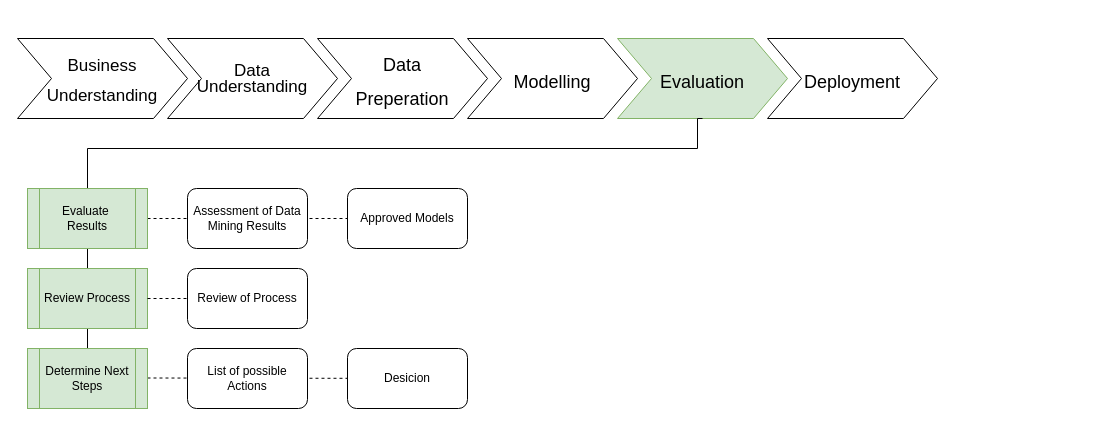
dominik-pichler/CRISPy-Framework keeps this draw.io diagram as page "Phase 4 Evaluation" (5 of 7) of drawings/CRISP_ML(Q)_Phases.drawio. Above is the earlier version. Source tidied: cells renumbered, new cells numbered last; positions are measured from the earlier drawing's top-left corner, leaving out a move shared by most shapes. Both pictures are drawn from the tidied source at 100%, with x=0, y=0 at pixel (17, 38).
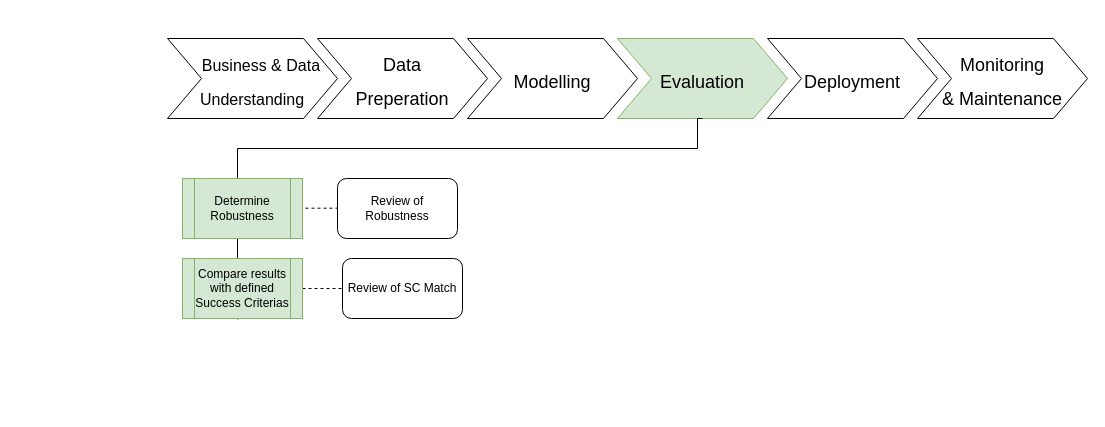
The same diagram, later.

The change refers to these unchanged cells:
```xml
<mxCell id="8" value="&lt;font style=&quot;font-size: 18px;&quot;&gt;Evaluation&lt;/font&gt;" style="shape=step;whiteSpace=wrap;html=1;fontSize=28;fillColor=#d5e8d4;strokeColor=#82B366;" parent="1" vertex="1">
  <mxGeometry x="600" width="170" height="80" as="geometry" />
</mxCell>
```

Diff of the diagram source:
```diff
@@
+    <mxCell id="20" style="endArrow=none;dashed=1;html=1;rounded=0;exitX=1;exitY=0.5;exitDx=0;exitDy=0;entryX=1;entryY=0.5;entryDx=0;entryDy=0;" parent="1" edge="1">
+      <mxGeometry relative="1" as="geometry">
+        <mxPoint x="270" y="169.7" as="sourcePoint" />
+        <mxPoint x="430" y="169.7" as="targetPoint" />
+      </mxGeometry>
+    </mxCell>
-    <mxCell id="2" style="endArrow=none;dashed=1;html=1;rounded=0;exitX=1;exitY=0.5;exitDx=0;exitDy=0;entryX=0;entryY=0.5;entryDx=0;entryDy=0;" parent="1" edge="1" source="16" target="18">
+    <mxCell id="2" style="endArrow=none;dashed=1;html=1;rounded=0;exitX=1;exitY=0.5;exitDx=0;exitDy=0;entryX=1;entryY=0.5;entryDx=0;entryDy=0;" parent="1" edge="1" source="16" target="17">
       <mxGeometry relative="1" as="geometry" />
     </mxCell>
-    <mxCell id="3" style="endArrow=none;dashed=1;html=1;rounded=0;entryX=1;entryY=0.5;entryDx=0;entryDy=0;" parent="1" edge="1" target="19">
-      <mxGeometry relative="1" as="geometry">
-        <mxPoint x="130" y="339.5" as="sourcePoint" />
-      </mxGeometry>
-    </mxCell>
-    <mxCell id="4" value="&lt;p style=&quot;line-height: 90%; font-size: 17px;&quot;&gt;&lt;font style=&quot;font-size: 17px;&quot;&gt;Data &lt;br&gt;Understanding&lt;/font&gt;&lt;/p&gt;" style="shape=step;whiteSpace=wrap;html=1;fontSize=28;" parent="1" vertex="1">
-      <mxGeometry x="150" width="170" height="80" as="geometry" />
-    </mxCell>
-    <mxCell id="5" value="&lt;p style=&quot;line-height: 90%;&quot;&gt;&lt;font style=&quot;font-size: 17px;&quot;&gt;Business Understanding&lt;/font&gt;&lt;/p&gt;" style="shape=step;whiteSpace=wrap;html=1;fontSize=28;" parent="1" vertex="1">
-      <mxGeometry width="170" height="80" as="geometry" />
-    </mxCell>
@@
-    <mxCell id="10" style="endArrow=none;html=1;rounded=0;exitX=0.5;exitY=1;exitDx=0;exitDy=0;edgeStyle=orthogonalEdgeStyle;entryX=0.5;entryY=1;entryDx=0;entryDy=0;" parent="1" edge="1" source="12" target="8">
+    <mxCell id="10" style="endArrow=none;html=1;rounded=0;edgeStyle=orthogonalEdgeStyle;entryX=0.5;entryY=1;entryDx=0;entryDy=0;exitX=0.468;exitY=1.006;exitDx=0;exitDy=0;exitPerimeter=0;" parent="1" edge="1" source="16" target="8">
       <mxGeometry relative="1" as="geometry">
         <Array as="points">
-          <mxPoint x="70" y="110" />
+          <mxPoint x="220" y="280" />
+          <mxPoint x="220" y="110" />
           <mxPoint x="680" y="110" />
           <mxPoint x="680" y="80" />
         </Array>
       </mxGeometry>
     </mxCell>
-    <mxCell id="11" value="Review Process" style="shape=process;whiteSpace=wrap;html=1;backgroundOutline=1;fillColor=#d5e8d4;strokeColor=#82b366;" parent="1" vertex="1">
-      <mxGeometry x="10" y="230" width="120" height="60" as="geometry" />
-    </mxCell>
-    <mxCell id="12" value="Determine Next Steps" style="shape=process;whiteSpace=wrap;html=1;backgroundOutline=1;fillColor=#d5e8d4;strokeColor=#82b366;glass=0;shadow=0;" parent="1" vertex="1">
-      <mxGeometry x="10" y="310" width="120" height="60" as="geometry" />
-    </mxCell>
-    <mxCell id="13" value="List of possible Actions" style="rounded=1;whiteSpace=wrap;html=1;" parent="1" vertex="1">
-      <mxGeometry x="170" y="310" width="120" height="60" as="geometry" />
-    </mxCell>
-    <mxCell id="14" style="endArrow=none;dashed=1;html=1;rounded=0;entryX=1;entryY=0.5;entryDx=0;entryDy=0;" parent="1" edge="1" target="15">
-      <mxGeometry relative="1" as="geometry">
-        <mxPoint x="130" y="260" as="sourcePoint" />
-      </mxGeometry>
-    </mxCell>
-    <mxCell id="15" value="Review of Process" style="rounded=1;whiteSpace=wrap;html=1;" parent="1" vertex="1">
-      <mxGeometry x="170" y="230" width="120" height="60" as="geometry" />
-    </mxCell>
-    <mxCell id="16" value="Evaluate&amp;nbsp;&lt;br&gt;Results" style="shape=process;whiteSpace=wrap;html=1;backgroundOutline=1;fillColor=#d5e8d4;strokeColor=#82b366;" parent="1" vertex="1">
-      <mxGeometry x="10" y="150" width="120" height="60" as="geometry" />
+    <mxCell id="16" value="Compare results with defined Success Criterias" style="shape=process;whiteSpace=wrap;html=1;backgroundOutline=1;fillColor=#d5e8d4;strokeColor=#82b366;" parent="1" vertex="1">
+      <mxGeometry x="165" y="220" width="120" height="60" as="geometry" />
     </mxCell>
-    <mxCell id="17" value="Assessment of Data Mining Results" style="rounded=1;whiteSpace=wrap;html=1;" parent="1" vertex="1">
-      <mxGeometry x="170" y="150" width="120" height="60" as="geometry" />
+    <mxCell id="17" value="Review of SC Match" style="rounded=1;whiteSpace=wrap;html=1;" parent="1" vertex="1">
+      <mxGeometry x="325" y="220" width="120" height="60" as="geometry" />
     </mxCell>
-    <mxCell id="18" value="Approved Models" style="rounded=1;whiteSpace=wrap;html=1;" parent="1" vertex="1">
-      <mxGeometry x="330" y="150" width="120" height="60" as="geometry" />
-    </mxCell>
-    <mxCell id="19" value="Desicion" style="rounded=1;whiteSpace=wrap;html=1;" parent="1" vertex="1">
-      <mxGeometry x="330" y="310" width="120" height="60" as="geometry" />
-    </mxCell>
+    <mxCell id="21" value="Determine Robustness" style="shape=process;whiteSpace=wrap;html=1;backgroundOutline=1;fillColor=#d5e8d4;strokeColor=#82b366;" parent="1" vertex="1">
+      <mxGeometry x="165" y="140" width="120" height="60" as="geometry" />
+    </mxCell>
+    <mxCell id="22" value="Review of Robustness" style="rounded=1;whiteSpace=wrap;html=1;" parent="1" vertex="1">
+      <mxGeometry x="320" y="140" width="120" height="60" as="geometry" />
+    </mxCell>
+    <mxCell id="23" value="&lt;p&gt;&lt;span style=&quot;font-size: 18px; background-color: initial;&quot;&gt;Monitoring &lt;br&gt;&amp;amp; Maintenance&lt;/span&gt;&lt;/p&gt;" style="shape=step;whiteSpace=wrap;html=1;fontSize=28;" parent="1" vertex="1">
+      <mxGeometry x="900" width="170" height="80" as="geometry" />
+    </mxCell>
+    <mxCell id="24" value="&lt;p&gt;&lt;font style=&quot;font-size: 16px;&quot;&gt;&amp;nbsp; &amp;nbsp; Business &amp;amp; Data Understanding&lt;/font&gt;&lt;/p&gt;" style="shape=step;whiteSpace=wrap;html=1;fontSize=28;" parent="1" vertex="1">
+      <mxGeometry x="150" width="170" height="80" as="geometry" />
+    </mxCell>
```
